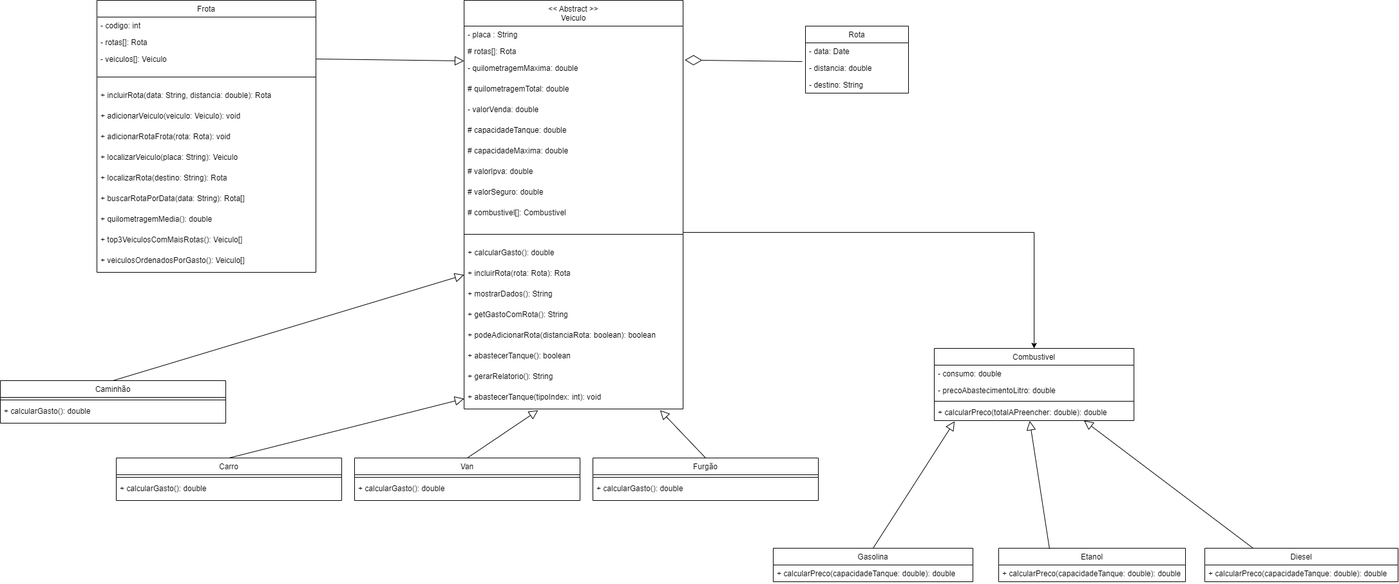
Before: docs/diagramas/SistemaDeRotas.drawio.png, a diagram exported from draw.io (DisciplinasProgramacao/projetos-3-4-5-grupo-9). Source tidied: cells renumbered, new cells last; positions are measured from the earlier drawing's top-left corner, leaving out a move shared by most shapes.
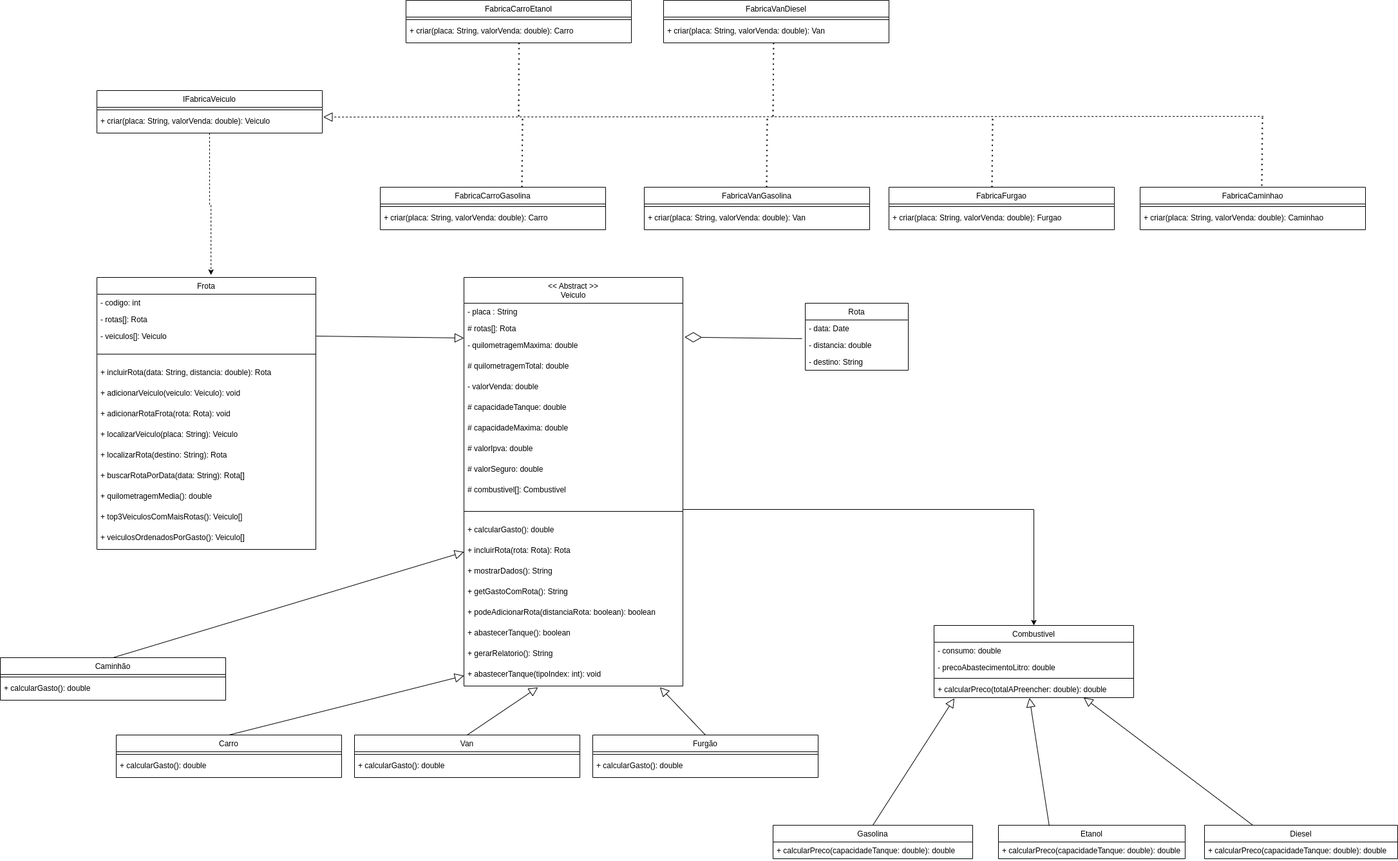
The same file after the commit.

Commit message:
atualizando diagrama de classes

Change to the diagram source:
```diff
@@ -222,5 +222,110 @@
     <mxCell id="72" style="endArrow=block;endFill=0;endSize=12;html=1;rounded=0;exitX=0.25;exitY=0;exitDx=0;exitDy=0;entryX=0.75;entryY=1;entryDx=0;entryDy=0;" parent="1" edge="1" source="67" target="62">
       <mxGeometry relative="1" as="geometry" />
     </mxCell>
+    <mxCell id="73" style="edgeStyle=orthogonalEdgeStyle;rounded=0;jettySize=auto;html=1;entryX=0.521;entryY=-0.009;entryDx=0;entryDy=0;entryPerimeter=0;dashed=1;" parent="1" edge="1" source="74" target="43">
+      <mxGeometry relative="1" as="geometry" />
+    </mxCell>
+    <mxCell id="74" value="IFabricaVeiculo" style="swimlane;fontStyle=0;horizontal=1;startSize=26;fillColor=none;" parent="1" vertex="1">
+      <mxGeometry x="150" y="-290" width="350" height="66" as="geometry" />
+    </mxCell>
+    <mxCell id="75" style="line;strokeWidth=1;fillColor=none;align=left;verticalAlign=middle;spacingTop=-1;spacingLeft=3;spacingRight=3;labelPosition=right;strokeColor=inherit;" parent="74" vertex="1">
+      <mxGeometry y="26" width="350" height="8" as="geometry" />
+    </mxCell>
+    <mxCell id="76" value="+ criar(placa: String, valorVenda: double): Veiculo" style="text;strokeColor=none;fillColor=none;align=left;verticalAlign=top;spacingLeft=4;spacingRight=4;overflow=hidden;points=[[0,0.5],[1,0.5]];portConstraint=eastwest;fontStyle=0;" parent="74" vertex="1">
+      <mxGeometry y="34" width="350" height="32" as="geometry" />
+    </mxCell>
+    <mxCell id="77" value="FabricaCarroGasolina" style="swimlane;fontStyle=0;horizontal=1;startSize=26;fillColor=none;" parent="1" vertex="1">
+      <mxGeometry x="590" y="-140" width="350" height="66" as="geometry" />
+    </mxCell>
+    <mxCell id="78" style="line;strokeWidth=1;fillColor=none;align=left;verticalAlign=middle;spacingTop=-1;spacingLeft=3;spacingRight=3;labelPosition=right;strokeColor=inherit;" parent="77" vertex="1">
+      <mxGeometry y="26" width="350" height="8" as="geometry" />
+    </mxCell>
+    <mxCell id="79" value="+ criar(placa: String, valorVenda: double): Carro" style="text;strokeColor=none;fillColor=none;align=left;verticalAlign=top;spacingLeft=4;spacingRight=4;overflow=hidden;fontStyle=0;" parent="77" vertex="1">
+      <mxGeometry y="34" width="350" height="32" as="geometry" />
+    </mxCell>
+    <mxCell id="80" value="FabricaVanGasolina" style="swimlane;fontStyle=0;horizontal=1;startSize=26;fillColor=none;" parent="1" vertex="1">
+      <mxGeometry x="1000" y="-140" width="350" height="66" as="geometry" />
+    </mxCell>
+    <mxCell id="81" style="line;strokeWidth=1;fillColor=none;align=left;verticalAlign=middle;spacingTop=-1;spacingLeft=3;spacingRight=3;labelPosition=right;strokeColor=inherit;" parent="80" vertex="1">
+      <mxGeometry y="26" width="350" height="8" as="geometry" />
+    </mxCell>
+    <mxCell id="82" value="+ criar(placa: String, valorVenda: double): Van" style="text;strokeColor=none;fillColor=none;align=left;verticalAlign=top;spacingLeft=4;spacingRight=4;overflow=hidden;fontStyle=0;" parent="80" vertex="1">
+      <mxGeometry y="34" width="350" height="32" as="geometry" />
+    </mxCell>
+    <mxCell id="83" value="FabricaFurgao" style="swimlane;fontStyle=0;horizontal=1;startSize=26;fillColor=none;" parent="1" vertex="1">
+      <mxGeometry x="1380" y="-140" width="350" height="66" as="geometry" />
+    </mxCell>
+    <mxCell id="84" style="line;strokeWidth=1;fillColor=none;align=left;verticalAlign=middle;spacingTop=-1;spacingLeft=3;spacingRight=3;labelPosition=right;strokeColor=inherit;" parent="83" vertex="1">
+      <mxGeometry y="26" width="350" height="8" as="geometry" />
+    </mxCell>
+    <mxCell id="85" value="+ criar(placa: String, valorVenda: double): Furgao" style="text;strokeColor=none;fillColor=none;align=left;verticalAlign=top;spacingLeft=4;spacingRight=4;overflow=hidden;fontStyle=0;" parent="83" vertex="1">
+      <mxGeometry y="34" width="350" height="32" as="geometry" />
+    </mxCell>
+    <mxCell id="86" value="FabricaCaminhao" style="swimlane;fontStyle=0;horizontal=1;startSize=26;fillColor=none;" parent="1" vertex="1">
+      <mxGeometry x="1770" y="-140" width="350" height="66" as="geometry" />
+    </mxCell>
+    <mxCell id="87" style="line;strokeWidth=1;fillColor=none;align=left;verticalAlign=middle;spacingTop=-1;spacingLeft=3;spacingRight=3;labelPosition=right;strokeColor=inherit;" parent="86" vertex="1">
+      <mxGeometry y="26" width="350" height="8" as="geometry" />
+    </mxCell>
+    <mxCell id="88" value="+ criar(placa: String, valorVenda: double): Caminhao" style="text;strokeColor=none;fillColor=none;align=left;verticalAlign=top;spacingLeft=4;spacingRight=4;overflow=hidden;fontStyle=0;" parent="86" vertex="1">
+      <mxGeometry y="34" width="350" height="32" as="geometry" />
+    </mxCell>
+    <mxCell id="89" style="endArrow=block;endFill=0;endSize=12;html=1;rounded=0;entryX=1.004;entryY=0.224;entryDx=0;entryDy=0;entryPerimeter=0;dashed=1;" parent="1" edge="1" target="76">
+      <mxGeometry relative="1" as="geometry">
+        <mxPoint x="1961.7" y="-250" as="sourcePoint" />
+      </mxGeometry>
+    </mxCell>
+    <mxCell id="90" style="endArrow=none;dashed=1;html=1;dashPattern=1 3;strokeWidth=2;rounded=0;exitX=0.54;exitY=-0.035;exitDx=0;exitDy=0;exitPerimeter=0;" parent="1" edge="1" source="86">
+      <mxGeometry relative="1" as="geometry">
+        <mxPoint x="1960" y="-250" as="targetPoint" />
+      </mxGeometry>
+    </mxCell>
+    <mxCell id="91" style="endArrow=none;dashed=1;html=1;dashPattern=1 3;strokeWidth=2;rounded=0;exitX=0.54;exitY=-0.035;exitDx=0;exitDy=0;exitPerimeter=0;" parent="1" edge="1">
+      <mxGeometry relative="1" as="geometry">
+        <mxPoint x="1540" y="-140" as="sourcePoint" />
+        <mxPoint x="1541" y="-247.7" as="targetPoint" />
+      </mxGeometry>
+    </mxCell>
+    <mxCell id="92" style="endArrow=none;dashed=1;html=1;dashPattern=1 3;strokeWidth=2;rounded=0;exitX=0.54;exitY=-0.035;exitDx=0;exitDy=0;exitPerimeter=0;" parent="1" edge="1">
+      <mxGeometry relative="1" as="geometry">
+        <mxPoint x="1190" y="-140" as="sourcePoint" />
+        <mxPoint x="1191" y="-247.7" as="targetPoint" />
+      </mxGeometry>
+    </mxCell>
+    <mxCell id="93" style="endArrow=none;dashed=1;html=1;dashPattern=1 3;strokeWidth=2;rounded=0;exitX=0.54;exitY=-0.035;exitDx=0;exitDy=0;exitPerimeter=0;" parent="1" edge="1">
+      <mxGeometry relative="1" as="geometry">
+        <mxPoint x="810" y="-140" as="sourcePoint" />
+        <mxPoint x="811" y="-247.7" as="targetPoint" />
+      </mxGeometry>
+    </mxCell>
+    <mxCell id="94" value="FabricaCarroEtanol" style="swimlane;fontStyle=0;horizontal=1;startSize=26;fillColor=none;" parent="1" vertex="1">
+      <mxGeometry x="630" y="-430" width="350" height="66" as="geometry" />
+    </mxCell>
+    <mxCell id="95" style="line;strokeWidth=1;fillColor=none;align=left;verticalAlign=middle;spacingTop=-1;spacingLeft=3;spacingRight=3;labelPosition=right;strokeColor=inherit;" parent="94" vertex="1">
+      <mxGeometry y="26" width="350" height="8" as="geometry" />
+    </mxCell>
+    <mxCell id="96" value="+ criar(placa: String, valorVenda: double): Carro" style="text;strokeColor=none;fillColor=none;align=left;verticalAlign=top;spacingLeft=4;spacingRight=4;overflow=hidden;fontStyle=0;" parent="94" vertex="1">
+      <mxGeometry y="34" width="350" height="32" as="geometry" />
+    </mxCell>
+    <mxCell id="97" style="endArrow=none;dashed=1;html=1;dashPattern=1 3;strokeWidth=2;rounded=0;" parent="1" edge="1">
+      <mxGeometry relative="1" as="geometry">
+        <mxPoint x="805" y="-250" as="sourcePoint" />
+        <mxPoint x="805.5" y="-364" as="targetPoint" />
+      </mxGeometry>
+    </mxCell>
+    <mxCell id="98" value="FabricaVanDiesel" style="swimlane;fontStyle=0;horizontal=1;startSize=26;fillColor=none;" parent="1" vertex="1">
+      <mxGeometry x="1030" y="-430" width="350" height="66" as="geometry" />
+    </mxCell>
+    <mxCell id="99" style="line;strokeWidth=1;fillColor=none;align=left;verticalAlign=middle;spacingTop=-1;spacingLeft=3;spacingRight=3;labelPosition=right;strokeColor=inherit;" parent="98" vertex="1">
+      <mxGeometry y="26" width="350" height="8" as="geometry" />
+    </mxCell>
+    <mxCell id="100" value="+ criar(placa: String, valorVenda: double): Van" style="text;strokeColor=none;fillColor=none;align=left;verticalAlign=top;spacingLeft=4;spacingRight=4;overflow=hidden;points=[[0,0.5],[1,0.5]];portConstraint=eastwest;fontStyle=0;" parent="98" vertex="1">
+      <mxGeometry y="34" width="350" height="32" as="geometry" />
+    </mxCell>
+    <mxCell id="101" style="endArrow=none;dashed=1;html=1;dashPattern=1 3;strokeWidth=2;rounded=0;entryX=0.488;entryY=0.994;entryDx=0;entryDy=0;entryPerimeter=0;" parent="1" edge="1" target="100">
+      <mxGeometry relative="1" as="geometry">
+        <mxPoint x="1200" y="-250" as="sourcePoint" />
+      </mxGeometry>
+    </mxCell>
   </root>
 </mxGraphModel>
```
